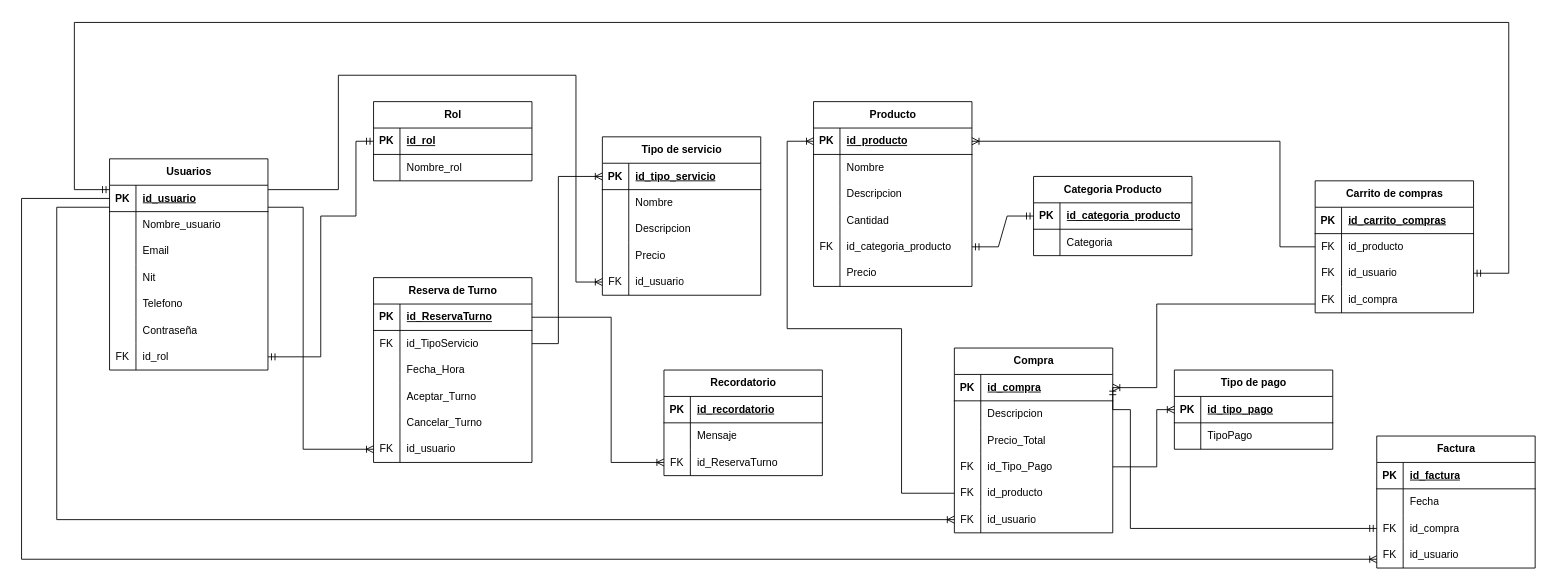
Before: MODELO ENTIDAD RELACION/Modelo entidad relacion.drawio in DavidV4iss/Master-Barber, a draw.io diagram. Source tidied: cells renumbered, new cells numbered last; positions are measured from the earlier drawing's top-left corner, leaving out a move shared by most shapes. Both pictures are drawn from the tidied source at 88%, with x=0, y=0 at pixel (21, 22).
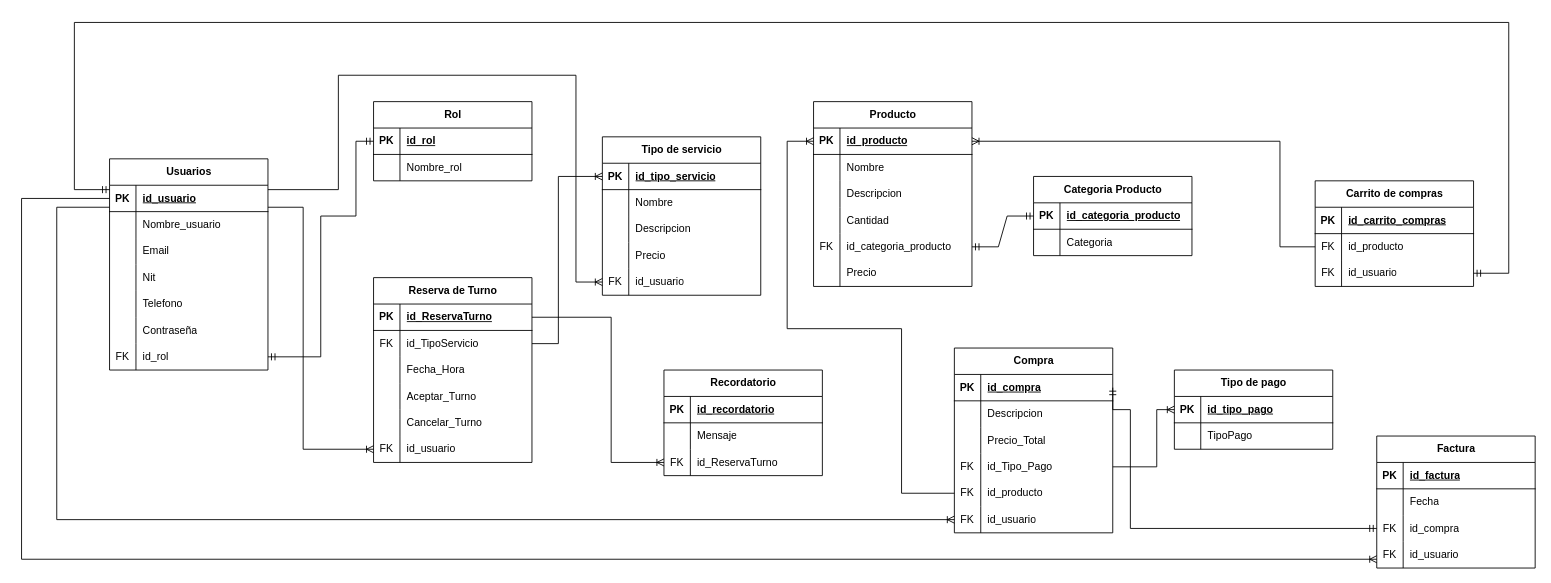
The same diagram, later.

Unchanged cells that the change refers to:
```xml
<mxCell id="103" style="shape=tableRow;horizontal=0;startSize=0;swimlaneHead=0;swimlaneBody=0;fillColor=none;points=[[0,0.5],[1,0.5]];portConstraint=eastwest;top=0;left=0;right=0;bottom=1;" parent="102" vertex="1">
  <mxGeometry y="30" width="180" height="30" as="geometry" />
</mxCell>
```

Change to the diagram source:
```diff
@@
     <mxCell id="128" value="Carrito de compras" style="shape=table;startSize=30;childLayout=tableLayout;rowLines=0;fontStyle=1;align=center;html=1;" parent="1" vertex="1">
-      <mxGeometry x="1470" y="180" width="180" height="150" as="geometry" />
+      <mxGeometry x="1470" y="180" width="180" height="120" as="geometry" />
     </mxCell>
@@
-    <mxCell id="138" style="shape=tableRow;horizontal=0;startSize=0;swimlaneHead=0;swimlaneBody=0;fillColor=none;points=[[0,0.5],[1,0.5]];portConstraint=eastwest;top=0;left=0;right=0;bottom=0;" parent="128" vertex="1">
-      <mxGeometry y="120" width="180" height="30" as="geometry" />
-    </mxCell>
-    <mxCell id="139" value="FK" style="shape=partialRectangle;fillColor=none;top=0;left=0;bottom=0;right=0;overflow=hidden;whiteSpace=wrap;html=1;" parent="138" vertex="1">
-      <mxGeometry width="30" height="30" as="geometry" />
-    </mxCell>
-    <mxCell id="140" value="id_compra" style="shape=partialRectangle;fillColor=none;top=0;left=0;bottom=0;right=0;align=left;spacingLeft=6;overflow=hidden;whiteSpace=wrap;html=1;" parent="138" vertex="1">
-      <mxGeometry x="30" width="150" height="30" as="geometry" />
-    </mxCell>
@@
-    <mxCell id="166" style="edgeStyle=orthogonalEdgeStyle;fontSize=12;html=1;endArrow=ERoneToMany;rounded=0;" parent="1" edge="1" source="138" target="103">
-      <mxGeometry relative="1" as="geometry">
-        <Array as="points">
-          <mxPoint x="1290" y="320" />
-          <mxPoint x="1290" y="415" />
-        </Array>
-      </mxGeometry>
-    </mxCell>
```
